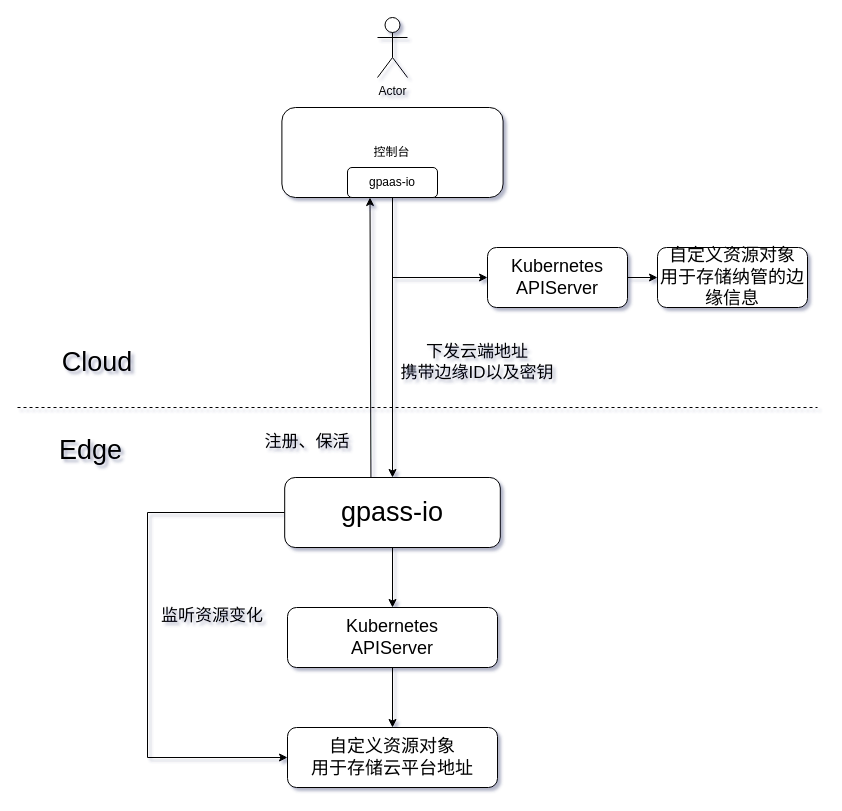
Above: 边缘纳管.drawio in TonyZZhang/draw (draw.io), before the change. Source tidied: cells renumbered, new cells numbered last; positions are measured from the earlier drawing's top-left corner, leaving out a move shared by most shapes. Both pictures are drawn from the tidied source at 100%, with x=0, y=0 at pixel (17, 17).
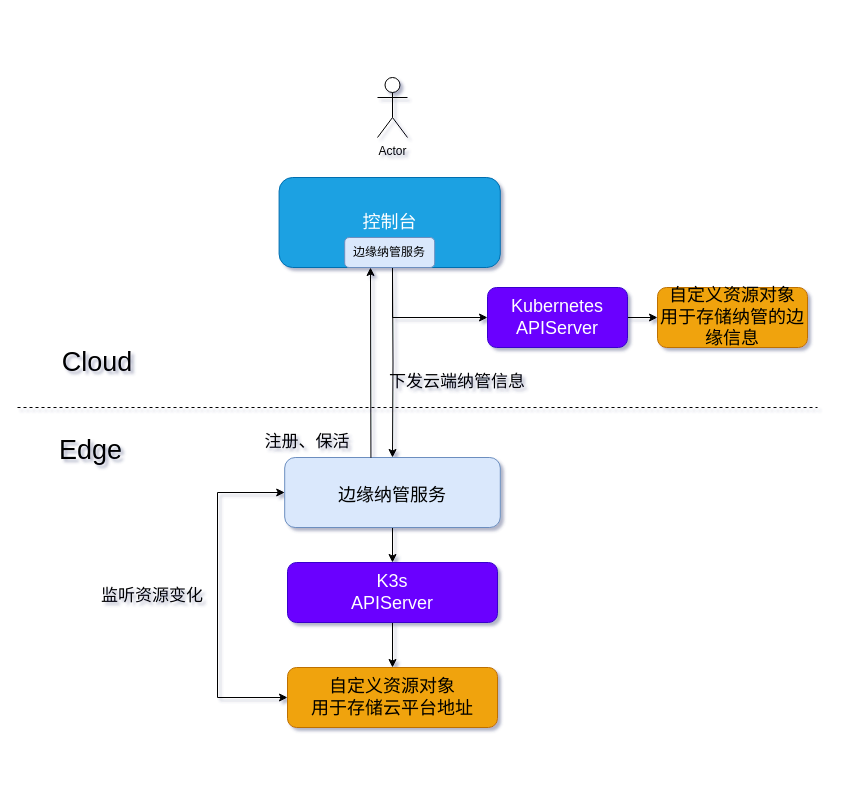
The same diagram, later.

Commit message:
更新边缘纳管.drawio

What changed in the source:
```diff
@@
     <mxCell id="2" value="Actor" style="shape=umlActor;verticalLabelPosition=bottom;verticalAlign=top;html=1;" parent="1" vertex="1">
-      <mxGeometry x="360" width="30" height="60" as="geometry" />
+      <mxGeometry x="360" y="60" width="30" height="60" as="geometry" />
     </mxCell>
@@
     <mxCell id="4" style="edgeStyle=orthogonalEdgeStyle;rounded=0;jettySize=auto;html=1;fontSize=27;" parent="1" edge="1" source="5">
       <mxGeometry relative="1" as="geometry">
-        <mxPoint x="470" y="260" as="targetPoint" />
+        <mxPoint x="470" y="300" as="targetPoint" />
         <Array as="points">
-          <mxPoint x="375" y="260" />
+          <mxPoint x="375" y="300" />
         </Array>
       </mxGeometry>
     </mxCell>
-    <mxCell id="5" value="控制台" style="rounded=1;whiteSpace=wrap;html=1;" parent="1" vertex="1">
-      <mxGeometry x="264.4" y="90" width="221.2" height="90" as="geometry" />
+    <mxCell id="5" value="&lt;font style=&quot;font-size: 18px;&quot;&gt;控制台&lt;/font&gt;" style="rounded=1;whiteSpace=wrap;html=1;fillColor=#1ba1e2;fontColor=#ffffff;strokeColor=#006EAF;" parent="1" vertex="1">
+      <mxGeometry x="261.6" y="160" width="221.2" height="90" as="geometry" />
     </mxCell>
-    <mxCell id="6" style="edgeStyle=orthogonalEdgeStyle;rounded=0;jettySize=auto;html=1;exitX=0.5;exitY=1;exitDx=0;exitDy=0;entryX=0.5;entryY=0;entryDx=0;entryDy=0;fontSize=27;" parent="1" edge="1" source="7" target="15">
-      <mxGeometry relative="1" as="geometry" />
+    <mxCell id="6" style="edgeStyle=orthogonalEdgeStyle;rounded=0;jettySize=auto;html=1;entryX=0.5;entryY=0;entryDx=0;entryDy=0;fontSize=27;" parent="1" edge="1" target="15">
+      <mxGeometry relative="1" as="geometry">
+        <mxPoint x="375" y="250" as="sourcePoint" />
+      </mxGeometry>
     </mxCell>
-    <mxCell id="7" value="gpaas-io" style="rounded=1;whiteSpace=wrap;html=1;" parent="1" vertex="1">
-      <mxGeometry x="330" y="150" width="90" height="30" as="geometry" />
+    <mxCell id="7" value="边缘纳管服务" style="rounded=1;whiteSpace=wrap;html=1;fillColor=#dae8fc;strokeColor=#6c8ebf;" parent="1" vertex="1">
+      <mxGeometry x="327.2" y="220" width="90" height="30" as="geometry" />
     </mxCell>
@@
-    <mxCell id="9" value="&lt;font style=&quot;font-size: 18px;&quot;&gt;Kubernetes&lt;br&gt;APIServer&lt;/font&gt;" style="rounded=1;whiteSpace=wrap;html=1;" parent="1" vertex="1">
-      <mxGeometry x="470" y="230" width="140" height="60" as="geometry" />
+    <mxCell id="9" value="&lt;font style=&quot;font-size: 18px;&quot;&gt;Kubernetes&lt;br&gt;APIServer&lt;/font&gt;" style="rounded=1;whiteSpace=wrap;html=1;fillColor=#6a00ff;fontColor=#ffffff;strokeColor=#3700CC;" parent="1" vertex="1">
+      <mxGeometry x="470" y="270" width="140" height="60" as="geometry" />
     </mxCell>
@@
-    <mxCell id="12" value="&lt;span style=&quot;font-size: 18px;&quot;&gt;自定义资源对象&lt;br&gt;用于存储纳管的边缘信息&lt;br&gt;&lt;/span&gt;" style="rounded=1;whiteSpace=wrap;html=1;" parent="1" vertex="1">
-      <mxGeometry x="640" y="230" width="150" height="60" as="geometry" />
+    <mxCell id="12" value="&lt;span style=&quot;font-size: 18px;&quot;&gt;自定义资源对象&lt;br&gt;用于存储纳管的边缘信息&lt;br&gt;&lt;/span&gt;" style="rounded=1;whiteSpace=wrap;html=1;fillColor=#f0a30a;fontColor=#000000;strokeColor=#BD7000;" parent="1" vertex="1">
+      <mxGeometry x="640" y="270" width="150" height="60" as="geometry" />
     </mxCell>
@@
-    <mxCell id="14" style="edgeStyle=orthogonalEdgeStyle;rounded=0;jettySize=auto;html=1;exitX=0;exitY=0.5;exitDx=0;exitDy=0;entryX=0;entryY=0.5;entryDx=0;entryDy=0;fontSize=27;" parent="1" edge="1" source="15" target="18">
-      <mxGeometry relative="1" as="geometry">
-        <Array as="points">
-          <mxPoint x="130" y="495" />
-          <mxPoint x="130" y="740" />
-        </Array>
-      </mxGeometry>
-    </mxCell>
-    <mxCell id="15" value="gpass-io" style="rounded=1;whiteSpace=wrap;html=1;fontSize=27;" parent="1" vertex="1">
-      <mxGeometry x="267.2" y="460" width="215.6" height="70" as="geometry" />
+    <mxCell id="15" value="&lt;font style=&quot;font-size: 18px;&quot;&gt;边缘纳管服务&lt;/font&gt;" style="rounded=1;whiteSpace=wrap;html=1;fontSize=27;fillColor=#dae8fc;strokeColor=#6c8ebf;" parent="1" vertex="1">
+      <mxGeometry x="267.2" y="440" width="215.6" height="70" as="geometry" />
     </mxCell>
@@
-    <mxCell id="17" value="&lt;font style=&quot;font-size: 18px;&quot;&gt;Kubernetes&lt;br&gt;APIServer&lt;/font&gt;" style="rounded=1;whiteSpace=wrap;html=1;" parent="1" vertex="1">
-      <mxGeometry x="270" y="590" width="210" height="60" as="geometry" />
+    <mxCell id="17" value="&lt;font style=&quot;font-size: 18px;&quot;&gt;K3s&lt;br&gt;APIServer&lt;/font&gt;" style="rounded=1;whiteSpace=wrap;html=1;fillColor=#6a00ff;fontColor=#ffffff;strokeColor=#3700CC;" parent="1" vertex="1">
+      <mxGeometry x="270" y="545" width="210" height="60" as="geometry" />
     </mxCell>
-    <mxCell id="18" value="&lt;span style=&quot;font-size: 18px;&quot;&gt;自定义资源对象&lt;br&gt;用于存储云平台地址&lt;br&gt;&lt;/span&gt;" style="rounded=1;whiteSpace=wrap;html=1;" parent="1" vertex="1">
-      <mxGeometry x="270" y="710" width="210" height="60" as="geometry" />
+    <mxCell id="18" value="&lt;span style=&quot;font-size: 18px;&quot;&gt;自定义资源对象&lt;br&gt;用于存储云平台地址&lt;br&gt;&lt;/span&gt;" style="rounded=1;whiteSpace=wrap;html=1;fillColor=#f0a30a;fontColor=#000000;strokeColor=#BD7000;" parent="1" vertex="1">
+      <mxGeometry x="270" y="650" width="210" height="60" as="geometry" />
     </mxCell>
     <mxCell id="19" value="&lt;font style=&quot;font-size: 17px;&quot;&gt;监听资源变化&lt;/font&gt;" style="text;html=1;strokeColor=none;fillColor=none;align=center;verticalAlign=middle;whiteSpace=wrap;rounded=0;fontSize=27;" parent="1" vertex="1">
-      <mxGeometry x="140" y="580" width="110" height="30" as="geometry" />
+      <mxGeometry x="80" y="560" width="110" height="30" as="geometry" />
     </mxCell>
@@
-    <mxCell id="21" value="下发云端地址&lt;br&gt;携带边缘ID以及密钥" style="text;html=1;strokeColor=none;fillColor=none;align=center;verticalAlign=middle;whiteSpace=wrap;rounded=0;fontSize=17;" parent="1" vertex="1">
-      <mxGeometry x="370" y="330" width="180" height="30" as="geometry" />
+    <mxCell id="21" value="下发云端纳管信息" style="text;html=1;strokeColor=none;fillColor=none;align=center;verticalAlign=middle;whiteSpace=wrap;rounded=0;fontSize=17;" parent="1" vertex="1">
+      <mxGeometry x="350" y="350" width="180" height="30" as="geometry" />
     </mxCell>
-    <mxCell id="22" style="endArrow=classic;html=1;rounded=0;fontSize=17;exitX=0.4;exitY=0.004;exitDx=0;exitDy=0;exitPerimeter=0;entryX=0.25;entryY=1;entryDx=0;entryDy=0;" parent="1" edge="1" source="15" target="7">
-      <mxGeometry relative="1" as="geometry" />
+    <mxCell id="22" style="endArrow=classic;html=1;rounded=0;fontSize=17;exitX=0.4;exitY=0.004;exitDx=0;exitDy=0;exitPerimeter=0;" parent="1" edge="1" source="15">
+      <mxGeometry relative="1" as="geometry">
+        <mxPoint x="353" y="250" as="targetPoint" />
+      </mxGeometry>
     </mxCell>
+    <mxCell id="23" style="endArrow=classic;startArrow=classic;html=1;rounded=0;fontSize=18;exitX=0;exitY=0.5;exitDx=0;exitDy=0;entryX=0;entryY=0.5;entryDx=0;entryDy=0;" parent="1" edge="1" source="18" target="15">
+      <mxGeometry relative="1" as="geometry">
+        <Array as="points">
+          <mxPoint x="200" y="680" />
+          <mxPoint x="200" y="475" />
+        </Array>
+      </mxGeometry>
+    </mxCell>
```
